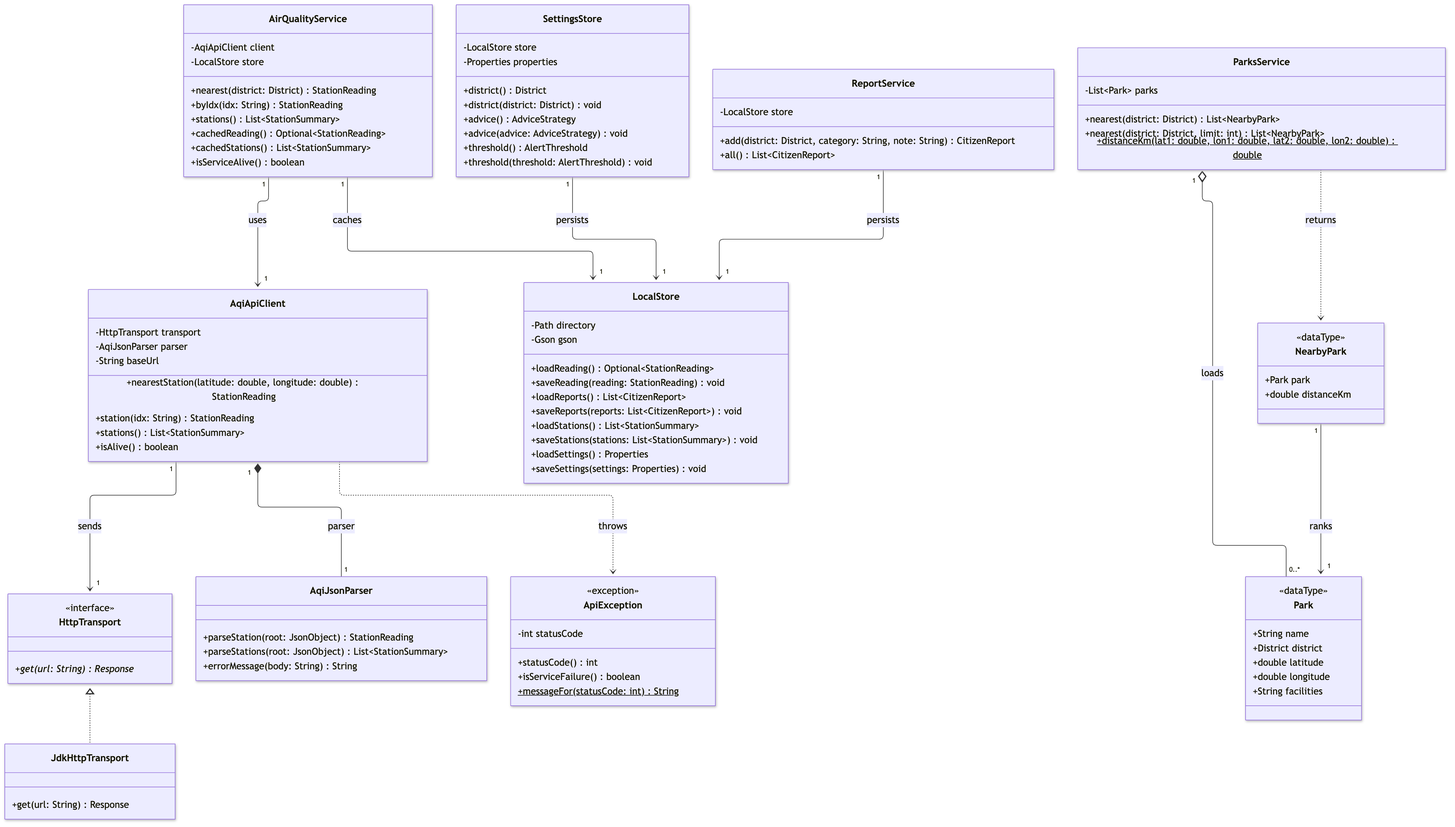
Above: docs/diagrams/class-diagram-services.png in melvinchia3636/sc-assignment (Mermaid), before the change. Its source is kept beside it as docs/diagrams/class-diagram-services.mmd.
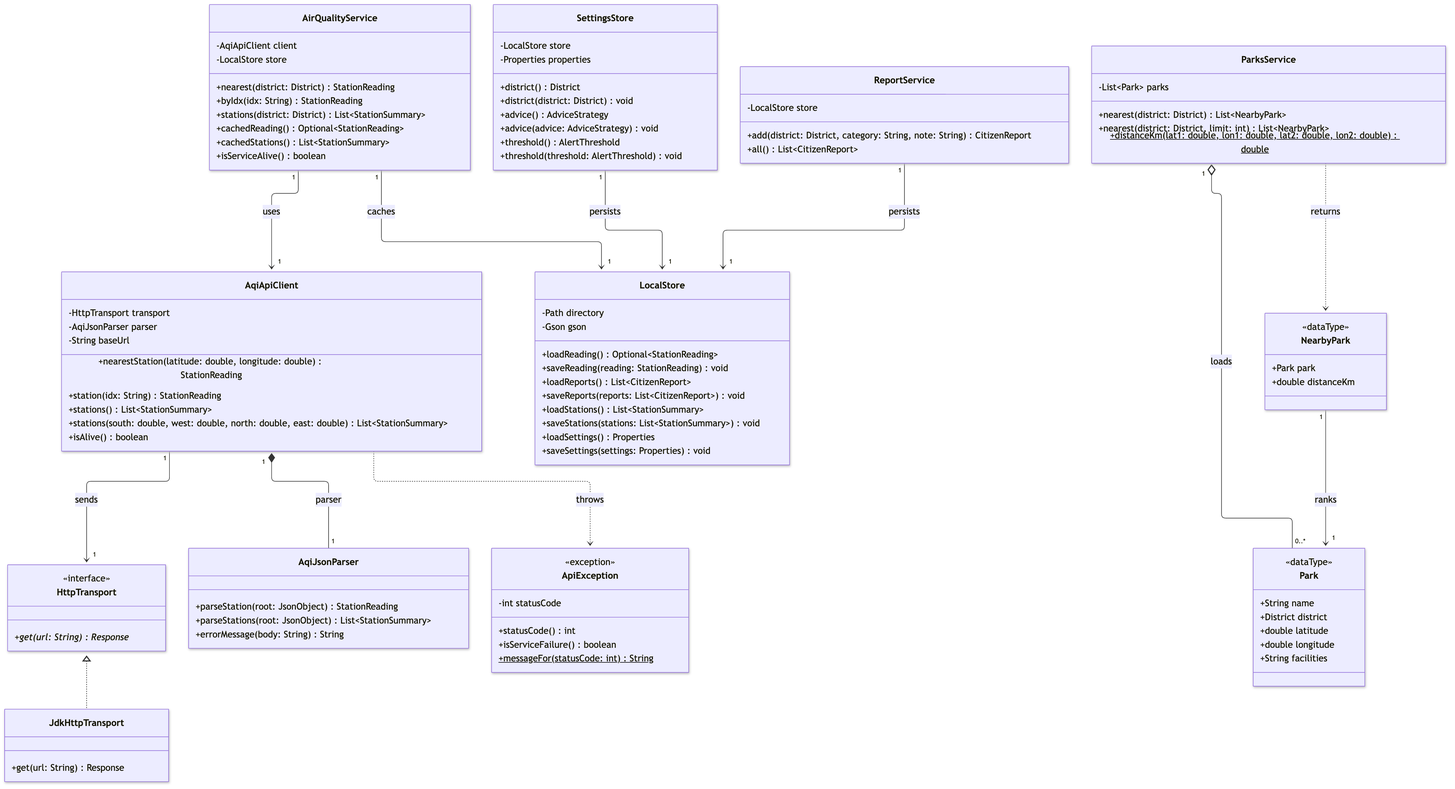
The same file after the commit.

Commit message:
feat: include district stations and sort the directory by distance

Diff of the diagram source:
```diff
@@ -12,7 +12,7 @@
         -LocalStore store
         +nearest(district: District) StationReading
         +byIdx(idx: String) StationReading
-        +stations() List~StationSummary~
+        +stations(district: District) List~StationSummary~
         +cachedReading() Optional~StationReading~
         +cachedStations() List~StationSummary~
         +isServiceAlive() boolean
@@ -25,6 +25,7 @@
         +nearestStation(latitude: double, longitude: double) StationReading
         +station(idx: String) StationReading
         +stations() List~StationSummary~
+        +stations(south: double, west: double, north: double, east: double) List~StationSummary~
         +isAlive() boolean
     }
 
```
